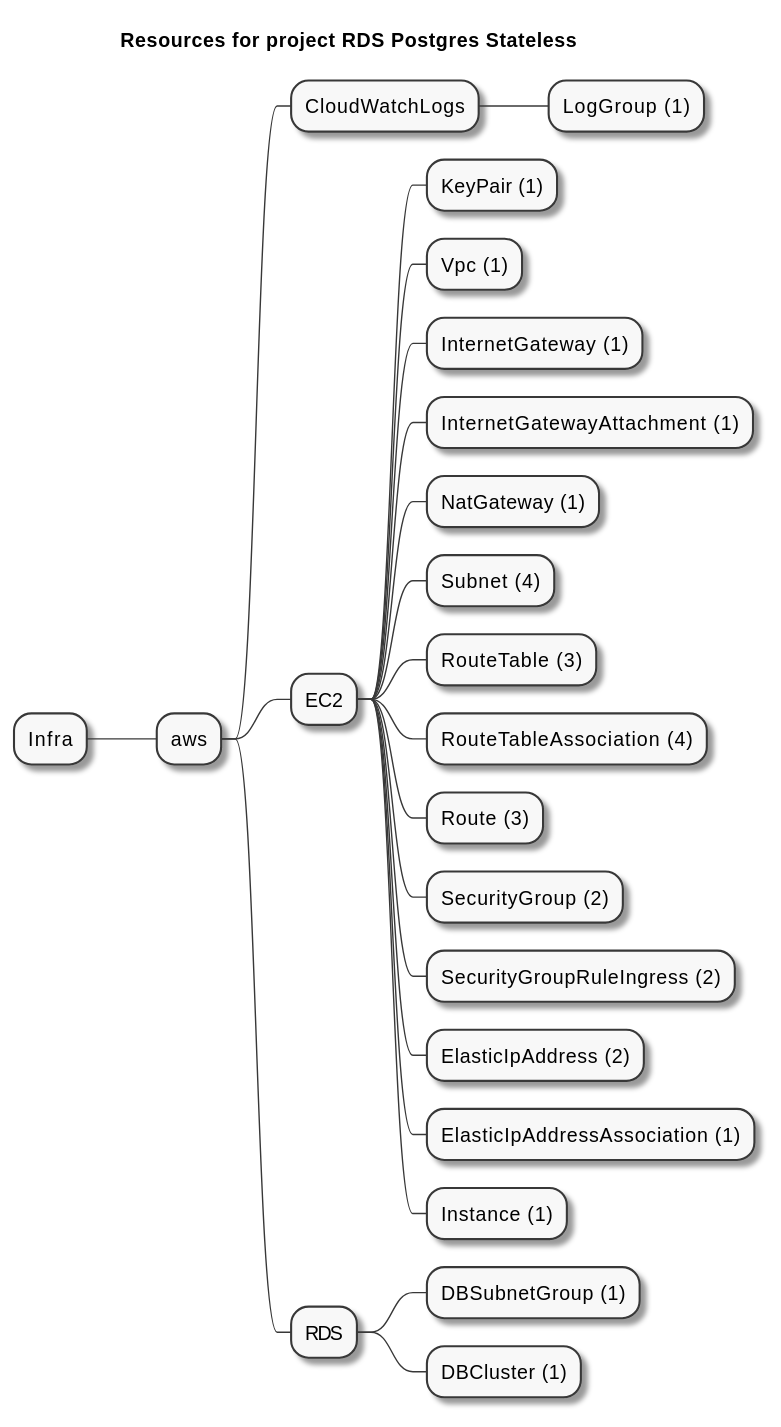
Earlier version of the PlantUML export examples/aws/RDS/postgres-stateless/artifacts/resources-mindmap.svg (grucloud/grucloud).
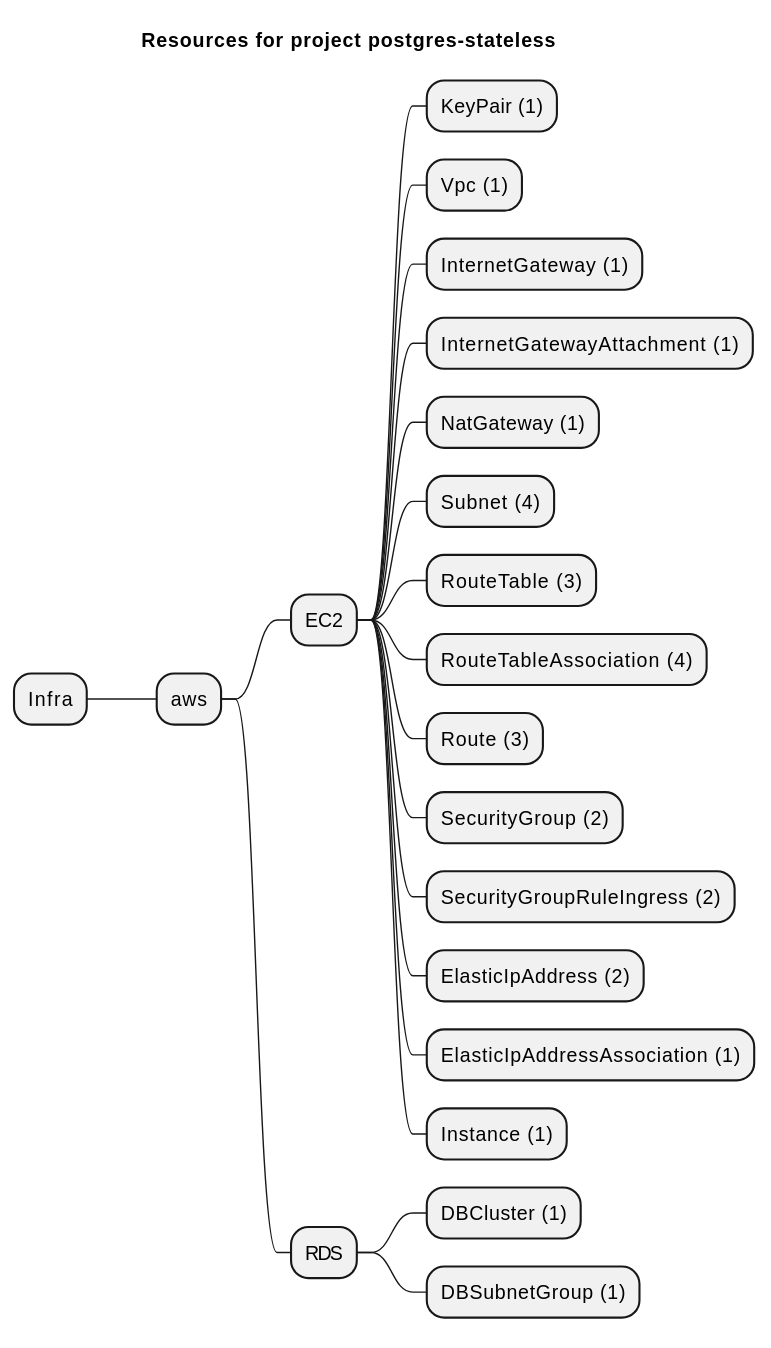
Later version of the same file.

The edit, as a diff of the source:
```diff
@@ -1,10 +1,8 @@
 @startmindmap
-title Resources for project RDS Postgres Stateless
+title Resources for project postgres-stateless
 skinparam monochrome true
 + Infra
 ++ aws
-+++ CloudWatchLogs
-++++ LogGroup (1)
 +++ EC2
 ++++ KeyPair (1)
 ++++ Vpc (1)
@@ -21,6 +19,6 @@
 ++++ ElasticIpAddressAssociation (1)
 ++++ Instance (1)
 +++ RDS
+++++ DBCluster (1)
 ++++ DBSubnetGroup (1)
-++++ DBCluster (1)
 @endmindmap
```
